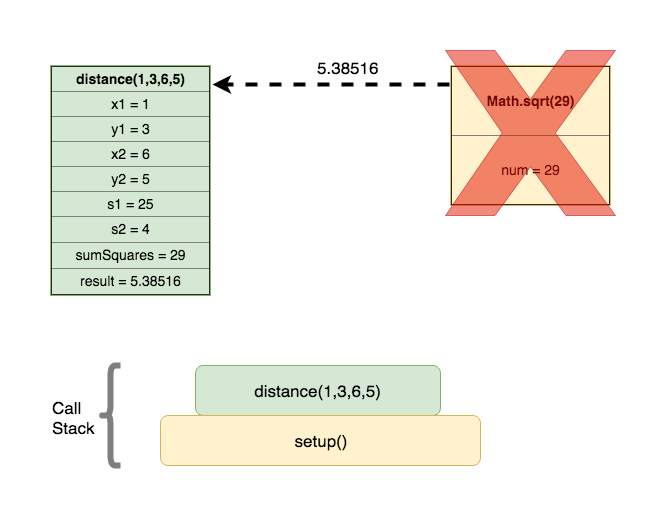
SoftwareTechnologyMQ/SoftwareTechnologyMQ.github.io keeps this draw.io diagram as fig/callStackProcessing/callStack8Processing.png. Above is the earlier version. Source tidied: cells renumbered, new cells last; positions are measured from the earlier drawing's top-left corner, leaving out a move shared by most shapes.
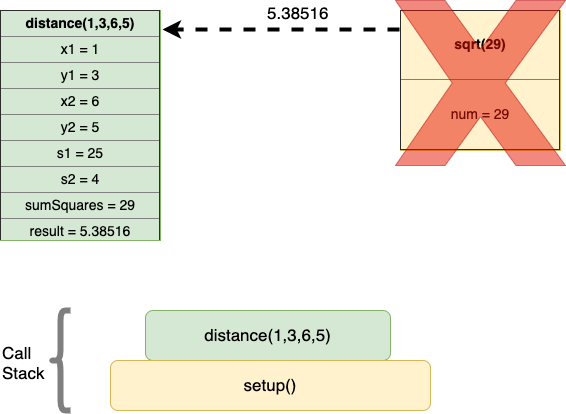
After the commit.

Commit message:
some function call stack diagrams updated

What changed in the source:
```diff
@@ -2,9 +2,9 @@
   <root>
     <mxCell id="0" />
     <mxCell id="1" parent="0" />
-    <mxCell id="2" value="&lt;table border=&quot;1&quot; width=&quot;100%&quot; cellpadding=&quot;4&quot; style=&quot;width: 100% ; height: 100% ; border-collapse: collapse ; font-size: 14px&quot;&gt;&lt;tbody style=&quot;font-size: 14px&quot;&gt;&lt;tr style=&quot;font-size: 14px&quot;&gt;&lt;th align=&quot;center&quot; style=&quot;font-size: 14px&quot;&gt;Math.sqrt(29)&lt;/th&gt;&lt;/tr&gt;&lt;tr style=&quot;font-size: 14px&quot;&gt;&lt;td align=&quot;center&quot; style=&quot;font-size: 14px&quot;&gt;num = 29&lt;/td&gt;&lt;/tr&gt;&lt;/tbody&gt;&lt;/table&gt;" style="text;html=1;strokeColor=#d6b656;fillColor=#fff2cc;overflow=fill;fontSize=14;" parent="1" vertex="1">
-      <mxGeometry x="400" y="15" width="160" height="140" as="geometry" />
-    </mxCell>
+    <mxCell id="11" value="&lt;table border=&quot;1&quot; width=&quot;100%&quot; cellpadding=&quot;4&quot; style=&quot;width: 100% ; height: 100% ; border-collapse: collapse ; font-size: 14px&quot;&gt;&lt;tbody style=&quot;font-size: 14px&quot;&gt;&lt;tr style=&quot;font-size: 14px&quot;&gt;&lt;th align=&quot;center&quot; style=&quot;font-size: 14px&quot;&gt;sqrt(29)&lt;/th&gt;&lt;/tr&gt;&lt;tr style=&quot;font-size: 14px&quot;&gt;&lt;td align=&quot;center&quot; style=&quot;font-size: 14px&quot;&gt;num = 29&lt;/td&gt;&lt;/tr&gt;&lt;/tbody&gt;&lt;/table&gt;" style="text;html=1;strokeColor=#d6b656;fillColor=#fff2cc;overflow=fill;fontSize=14;" parent="1" vertex="1">
+      <mxGeometry x="400" y="15" width="160" height="140" as="geometry" />
+    </mxCell>
     <mxCell id="3" value="distance(1,3,6,5)" style="rounded=1;whiteSpace=wrap;html=1;fillColor=#d5e8d4;strokeColor=#82b366;fontSize=17;" parent="1" vertex="1">
       <mxGeometry x="145" y="315" width="245" height="50" as="geometry" />
     </mxCell>
@@ -14,18 +14,18 @@
     <mxCell id="5" value="&lt;table border=&quot;1&quot; width=&quot;100%&quot; cellpadding=&quot;4&quot; style=&quot;width: 100% ; height: 100% ; border-collapse: collapse ; font-size: 14px&quot;&gt;&lt;tbody style=&quot;font-size: 14px&quot;&gt;&lt;tr style=&quot;font-size: 14px&quot;&gt;&lt;th style=&quot;font-size: 14px&quot;&gt;&lt;b style=&quot;font-size: 14px&quot;&gt;distance(1,3,6,5)&lt;/b&gt;&lt;/th&gt;&lt;/tr&gt;&lt;tr style=&quot;font-size: 14px&quot;&gt;&lt;td style=&quot;font-size: 14px&quot;&gt;x1 = 1&lt;/td&gt;&lt;/tr&gt;&lt;tr style=&quot;font-size: 14px&quot;&gt;&lt;td style=&quot;font-size: 14px&quot;&gt;&lt;span style=&quot;font-size: 14px&quot;&gt;y1 = 3&lt;/span&gt;&lt;br style=&quot;font-size: 14px&quot;&gt;&lt;/td&gt;&lt;/tr&gt;&lt;tr style=&quot;font-size: 14px&quot;&gt;&lt;td style=&quot;font-size: 14px&quot;&gt;x2 = 6&lt;/td&gt;&lt;/tr&gt;&lt;tr style=&quot;font-size: 14px&quot;&gt;&lt;td style=&quot;font-size: 14px&quot;&gt;y2 = 5&lt;/td&gt;&lt;/tr&gt;&lt;tr&gt;&lt;td&gt;s1 = 25&lt;/td&gt;&lt;/tr&gt;&lt;tr&gt;&lt;td&gt;s2 = 4&lt;/td&gt;&lt;/tr&gt;&lt;tr&gt;&lt;td&gt;sumSquares = 29&lt;/td&gt;&lt;/tr&gt;&lt;tr&gt;&lt;td&gt;result = 5.38516&lt;/td&gt;&lt;/tr&gt;&lt;/tbody&gt;&lt;/table&gt;" style="text;html=1;strokeColor=#82b366;fillColor=#d5e8d4;overflow=fill;fontSize=14;align=center;" parent="1" vertex="1">
       <mxGeometry y="15" width="160" height="230" as="geometry" />
     </mxCell>
-    <mxCell id="6" style="endArrow=classic;html=1;strokeWidth=4;fontSize=17;dashed=1;" parent="1" edge="1">
-      <mxGeometry relative="1" as="geometry">
-        <mxPoint x="399" y="34" as="sourcePoint" />
-        <mxPoint x="162" y="34" as="targetPoint" />
-      </mxGeometry>
-    </mxCell>
+    <mxCell id="12" style="endArrow=classic;html=1;strokeWidth=4;fontSize=17;dashed=1;" parent="1" edge="1">
+      <mxGeometry relative="1" as="geometry">
+        <mxPoint x="399" y="34" as="sourcePoint" />
+        <mxPoint x="162" y="34" as="targetPoint" />
+      </mxGeometry>
+    </mxCell>
     <mxCell id="7" value="5.38516" style="text;html=1;align=left;verticalAlign=top;spacingTop=-4;fontSize=17;" parent="1" vertex="1">
       <mxGeometry x="265" y="5" width="80" height="20" as="geometry" />
     </mxCell>
-    <mxCell id="8" style="verticalLabelPosition=bottom;verticalAlign=top;html=1;shape=mxgraph.basic.x;fontSize=17;fillColor=#e51400;strokeColor=#B20000;opacity=50;fontColor=#ffffff;" parent="1" vertex="1">
-      <mxGeometry x="395" width="170" height="165" as="geometry" />
-    </mxCell>
+    <mxCell id="13" style="verticalLabelPosition=bottom;verticalAlign=top;html=1;shape=mxgraph.basic.x;fontSize=17;fillColor=#e51400;strokeColor=#B20000;opacity=50;fontColor=#ffffff;" parent="1" vertex="1">
+      <mxGeometry x="395" y="5" width="170" height="165" as="geometry" />
+    </mxCell>
     <mxCell id="9" style="shape=curlyBracket;whiteSpace=wrap;html=1;rounded=1;fontSize=17;opacity=50;align=center;fontStyle=1;strokeWidth=6;" parent="1" vertex="1">
       <mxGeometry x="50" y="315" width="20" height="100" as="geometry" />
     </mxCell>
```
